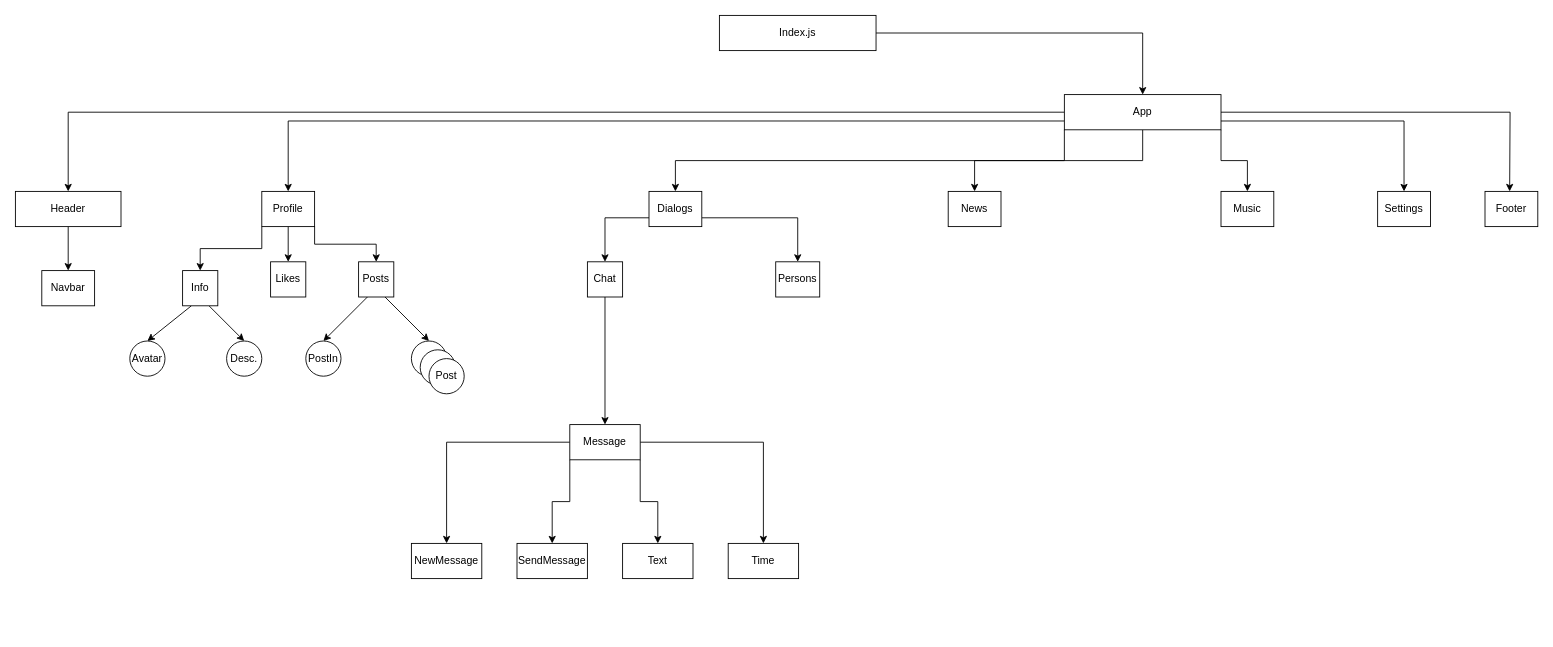
Before: src/ProjectNavigation.drawio in Vladimir-Homulko/social-panda, a draw.io diagram. Source tidied: cells renumbered, new cells numbered last; positions are measured from the earlier drawing's top-left corner, leaving out a move shared by most shapes. Both pictures are drawn from the tidied source at 88%, with x=0, y=0 at pixel (15, 15).
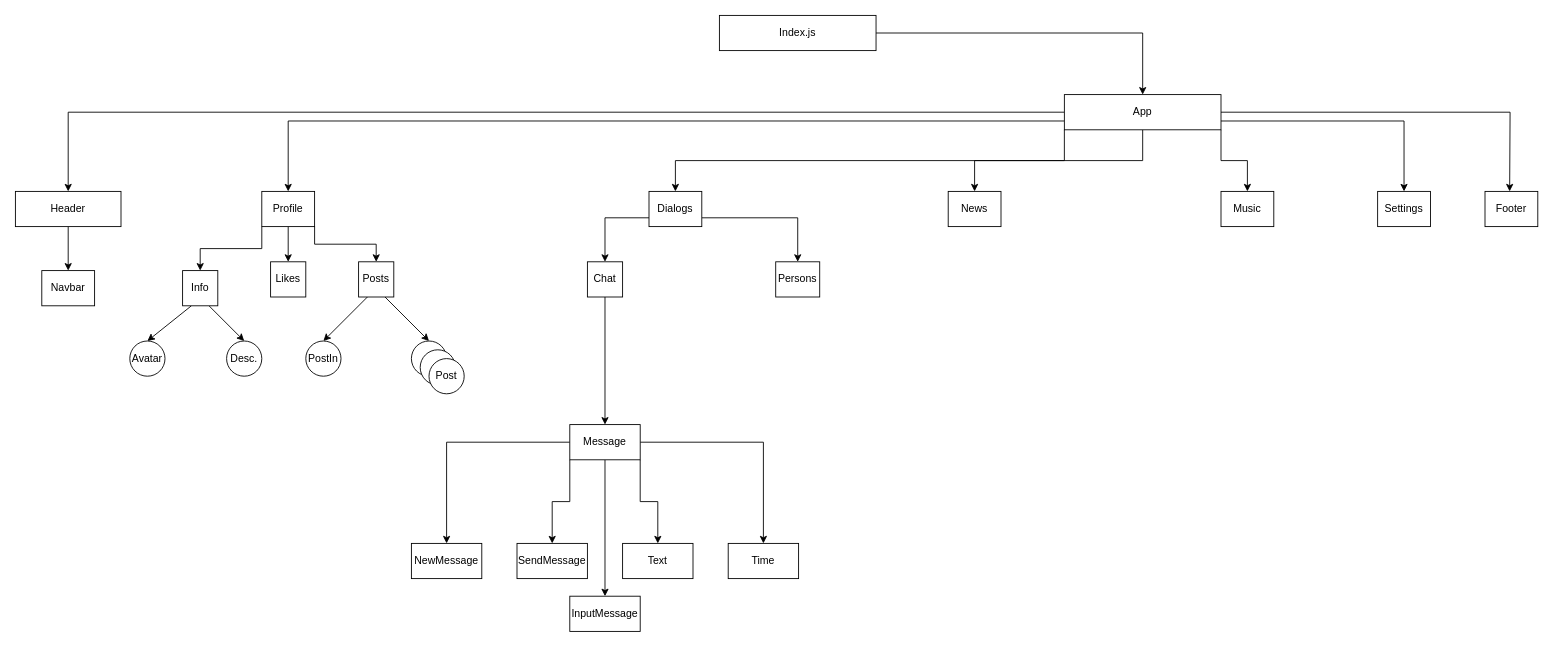
The same page after the edit.

The change refers to these unchanged cells:
```xml
<mxCell id="46" value="Message" style="rounded=0;whiteSpace=wrap;html=1;" parent="1" vertex="1">
  <mxGeometry x="630" y="465" width="80" height="40" as="geometry" />
</mxCell>
```

Diff of the diagram source:
```diff
@@
+    <mxCell id="51" style="edgeStyle=orthogonalEdgeStyle;rounded=0;jettySize=auto;html=1;exitX=0.5;exitY=1;exitDx=0;exitDy=0;entryX=0.5;entryY=0;entryDx=0;entryDy=0;" parent="1" edge="1" source="46" target="52">
+      <mxGeometry relative="1" as="geometry" />
+    </mxCell>
@@
+    <mxCell id="52" value="InputMessage" style="rounded=0;whiteSpace=wrap;html=1;" parent="1" vertex="1">
+      <mxGeometry x="630" y="660" width="80" height="40" as="geometry" />
+    </mxCell>
```
